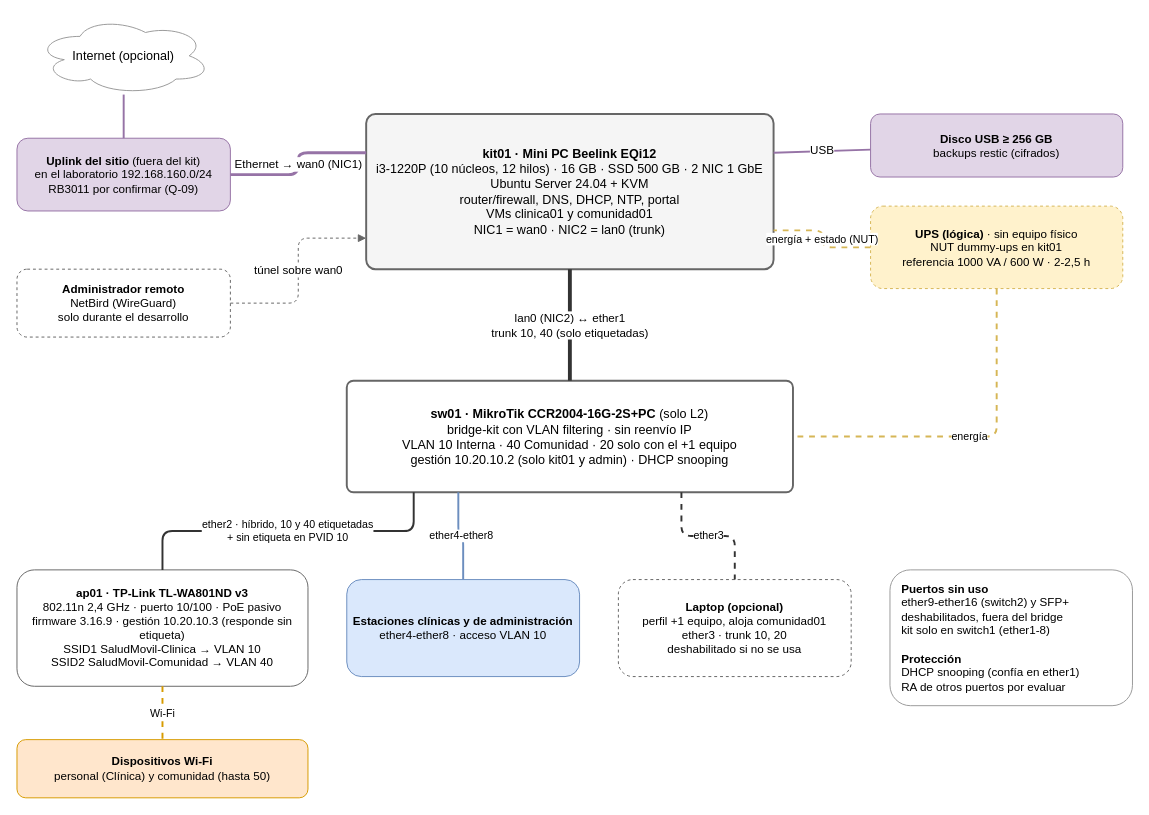
Above: diagramas/diagrama-fisico.drawio in kitsalud-movil-plats1/docs (draw.io), before the change. Source tidied: cells renumbered, new cells numbered last; positions are measured from the earlier drawing's top-left corner, leaving out a move shared by most shapes. Both pictures are drawn from the tidied source at 97%, with x=0, y=0 at pixel (16, 16).
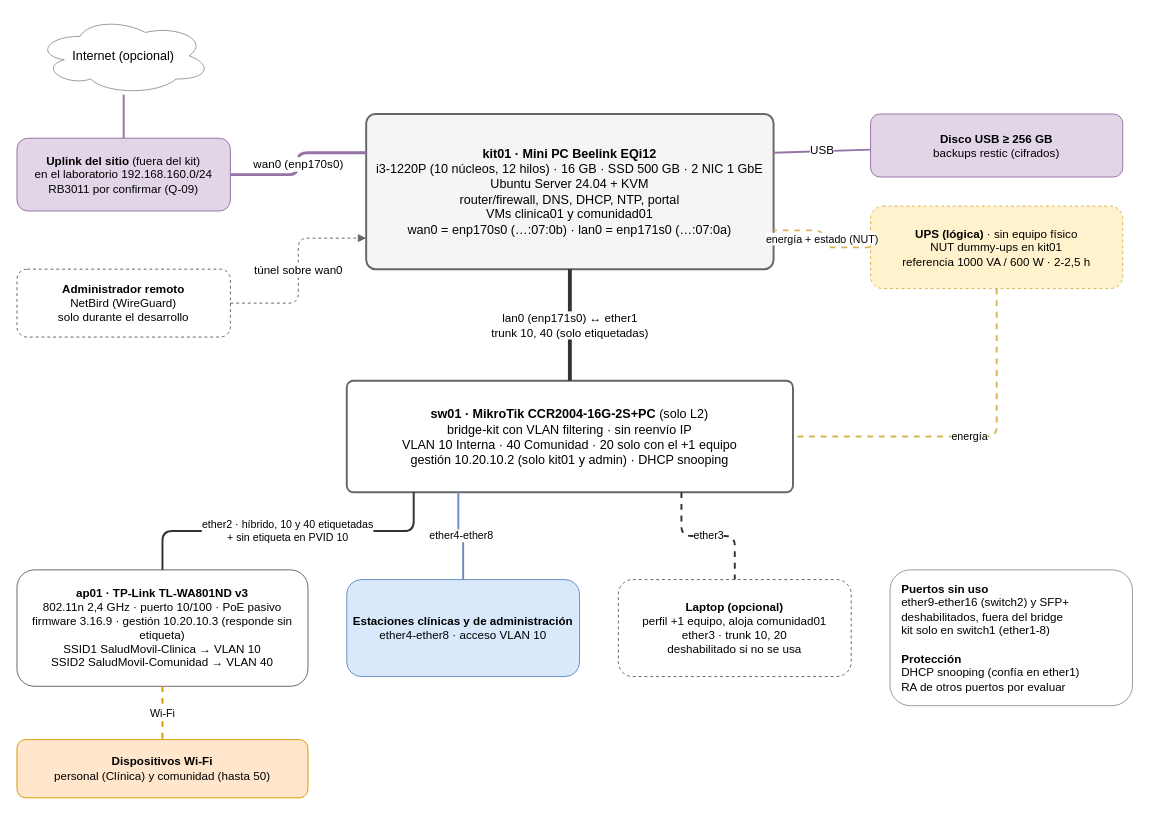
After the change.

The change refers to these unchanged cells:
```xml
<mxCell id="3" value="&lt;b&gt;Uplink del sitio&lt;/b&gt; (fuera del kit)&lt;br&gt;en el laboratorio 192.168.160.0/24&lt;br&gt;RB3011 por confirmar (Q-09)" style="rounded=1;whiteSpace=wrap;html=1;fillColor=#e1d5e7;strokeColor=#9673a6;fontSize=12;" parent="1" vertex="1">
  <mxGeometry y="125" width="220" height="75" as="geometry" />
</mxCell>
<mxCell id="8" value="&lt;b&gt;sw01 · MikroTik CCR2004-16G-2S+PC&lt;/b&gt; (solo L2)&lt;br&gt;bridge-kit con VLAN filtering · sin reenvío IP&lt;br&gt;VLAN 10 Interna · 40 Comunidad · 20 solo con el +1 equipo&lt;br&gt;gestión 10.20.10.2 (solo kit01 y admin) · DHCP snooping" style="rounded=1;arcSize=6;whiteSpace=wrap;html=1;fillColor=#FFFFFF;strokeColor=#666666;fontSize=13;strokeWidth=2;" parent="1" vertex="1">
  <mxGeometry x="340" y="375" width="460" height="115" as="geometry" />
</mxCell>
```

Diff of the diagram source:
```diff
@@
-    <mxCell id="5" value="&lt;b&gt;kit01 · Mini PC Beelink EQi12&lt;/b&gt;&lt;br&gt;i3-1220P (10 núcleos, 12 hilos) · 16 GB · SSD 500 GB · 2 NIC 1 GbE&lt;br&gt;Ubuntu Server 24.04 + KVM&lt;br&gt;router/firewall, DNS, DHCP, NTP, portal&lt;br&gt;VMs clinica01 y comunidad01&lt;br&gt;NIC1 = wan0 · NIC2 = lan0 (trunk)" style="rounded=1;arcSize=6;whiteSpace=wrap;html=1;fillColor=#f5f5f5;strokeColor=#666666;fontSize=13;strokeWidth=2;" parent="1" vertex="1">
+    <mxCell id="5" value="&lt;b&gt;kit01 · Mini PC Beelink EQi12&lt;/b&gt;&lt;br&gt;i3-1220P (10 núcleos, 12 hilos) · 16 GB · SSD 500 GB · 2 NIC 1 GbE&lt;br&gt;Ubuntu Server 24.04 + KVM&lt;br&gt;router/firewall, DNS, DHCP, NTP, portal&lt;br&gt;VMs clinica01 y comunidad01&lt;br&gt;wan0 = enp170s0 (…:07:0b) · lan0 = enp171s0 (…:07:0a)" style="rounded=1;arcSize=6;whiteSpace=wrap;html=1;fillColor=#f5f5f5;strokeColor=#666666;fontSize=13;strokeWidth=2;" parent="1" vertex="1">
       <mxGeometry x="360" y="100" width="420" height="160" as="geometry" />
     </mxCell>
@@
-    <mxCell id="15" value="Ethernet → wan0 (NIC1)" style="edgeStyle=orthogonalEdgeStyle;html=1;endArrow=none;strokeColor=#9673a6;strokeWidth=3;fontSize=12;labelBackgroundColor=#FFFFFF;exitX=1;exitY=0.5;exitDx=0;exitDy=0;entryX=0;entryY=0.25;entryDx=0;entryDy=0;" parent="1" edge="1" source="3" target="5">
+    <mxCell id="15" value="wan0 (enp170s0)" style="edgeStyle=orthogonalEdgeStyle;html=1;endArrow=none;strokeColor=#9673a6;strokeWidth=3;fontSize=12;labelBackgroundColor=#FFFFFF;exitX=1;exitY=0.5;exitDx=0;exitDy=0;entryX=0;entryY=0.25;entryDx=0;entryDy=0;" parent="1" edge="1" source="3" target="5">
       <mxGeometry relative="1" as="geometry" />
     </mxCell>
@@
-    <mxCell id="20" value="lan0 (NIC2) ↔ ether1&lt;br&gt;trunk 10, 40 (solo etiquetadas)" style="html=1;endArrow=none;strokeColor=#333333;strokeWidth=4;fontSize=12;labelBackgroundColor=#FFFFFF;" parent="1" edge="1" source="5" target="8">
+    <mxCell id="20" value="lan0 (enp171s0) ↔ ether1&lt;br&gt;trunk 10, 40 (solo etiquetadas)" style="html=1;endArrow=none;strokeColor=#333333;strokeWidth=4;fontSize=12;labelBackgroundColor=#FFFFFF;" parent="1" edge="1" source="5" target="8">
       <mxGeometry relative="1" as="geometry" />
     </mxCell>
```
